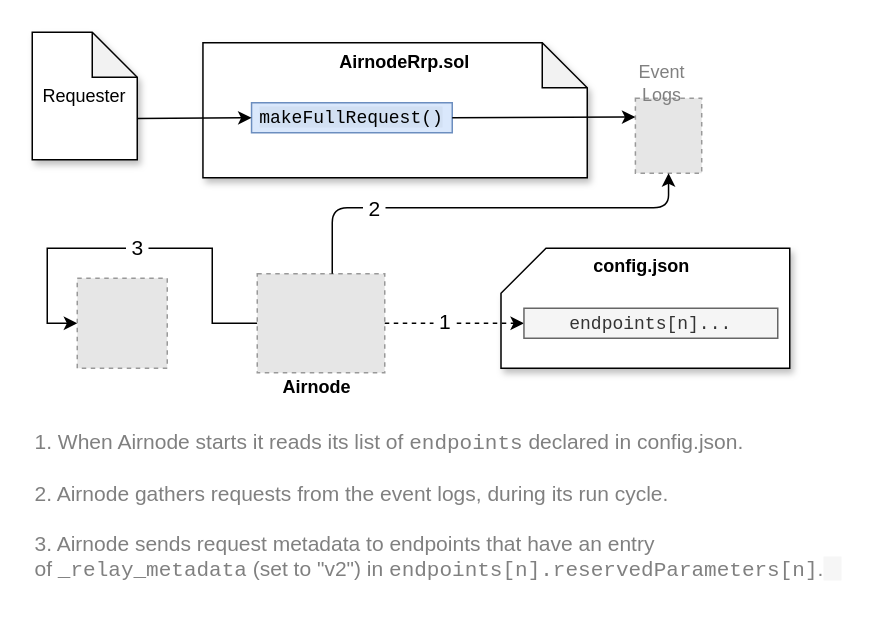
api3dao/old-api3-docs keeps this draw.io diagram as docs/airnode/next/assets/diagrams/concepts-relay-metadata.drawio. Above is the earlier version. Source tidied: cells renumbered, new cells numbered last; positions are measured from the earlier drawing's top-left corner, leaving out a move shared by most shapes. Both pictures are drawn from the tidied source at 150%, with x=0, y=0 at pixel (32, 32). Pictures stored in the file or linked from it are replaced by grey dashed boxes.
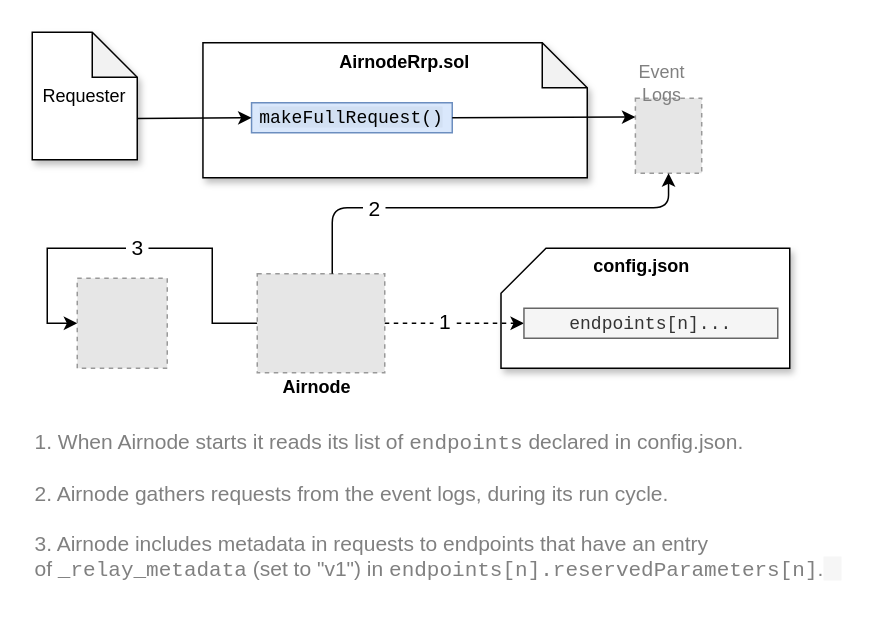
The same diagram, later.

Change to the diagram source:
```diff
@@
-    <mxCell id="15" value="&lt;font style=&quot;font-size: 14px&quot; color=&quot;#808080&quot;&gt;&lt;font style=&quot;font-size: 14px&quot;&gt;1. When Airnode starts it reads its list of &lt;font face=&quot;Courier New&quot;&gt;endpoints&lt;/font&gt; declared in config.json.&lt;br&gt;&lt;br&gt;2. Airnode gathers requests from the event logs, during its run cycle.&lt;br&gt;&lt;br&gt;3. Airnode sends request metadata to endpoints that have an entry of&amp;nbsp;&lt;font face=&quot;Courier New&quot;&gt;_relay_metadata&lt;/font&gt;&amp;nbsp;(set to &quot;v2&quot;) in &lt;font face=&quot;Courier New&quot;&gt;endpoints[n].reservedParameters[n]&lt;/font&gt;.&lt;/font&gt;&lt;span style=&quot;background-color: rgba(29 , 28 , 29 , 0.04)&quot;&gt;&lt;font style=&quot;font-size: 14px&quot;&gt;&amp;nbsp; &amp;nbsp;&lt;/font&gt;&lt;/span&gt;&lt;/font&gt;&lt;font style=&quot;font-size: 14px&quot; color=&quot;#808080&quot;&gt;&lt;br&gt;&lt;/font&gt;" style="text;html=1;strokeColor=none;fillColor=none;align=left;verticalAlign=top;whiteSpace=wrap;rounded=0;shadow=1;sketch=0;" parent="1" vertex="1">
+    <mxCell id="15" value="&lt;font style=&quot;font-size: 14px&quot; color=&quot;#808080&quot;&gt;&lt;font style=&quot;font-size: 14px&quot;&gt;1. When Airnode starts it reads its list of &lt;font face=&quot;Courier New&quot;&gt;endpoints&lt;/font&gt; declared in config.json.&lt;br&gt;&lt;br&gt;2. Airnode gathers requests from the event logs, during its run cycle.&lt;br&gt;&lt;br&gt;3. Airnode includes metadata in requests to endpoints that have an entry of&amp;nbsp;&lt;font face=&quot;Courier New&quot;&gt;_relay_metadata&lt;/font&gt;&amp;nbsp;(set to &quot;v1&quot;) in &lt;font face=&quot;Courier New&quot;&gt;endpoints[n].reservedParameters[n]&lt;/font&gt;.&lt;/font&gt;&lt;span style=&quot;background-color: rgba(29 , 28 , 29 , 0.04)&quot;&gt;&lt;font style=&quot;font-size: 14px&quot;&gt;&amp;nbsp; &amp;nbsp;&lt;/font&gt;&lt;/span&gt;&lt;/font&gt;&lt;font style=&quot;font-size: 14px&quot; color=&quot;#808080&quot;&gt;&lt;br&gt;&lt;/font&gt;" style="text;html=1;strokeColor=none;fillColor=none;align=left;verticalAlign=top;whiteSpace=wrap;rounded=0;shadow=1;sketch=0;" parent="1" vertex="1">
       <mxGeometry y="258" width="550" height="119" as="geometry" />
     </mxCell>
```
